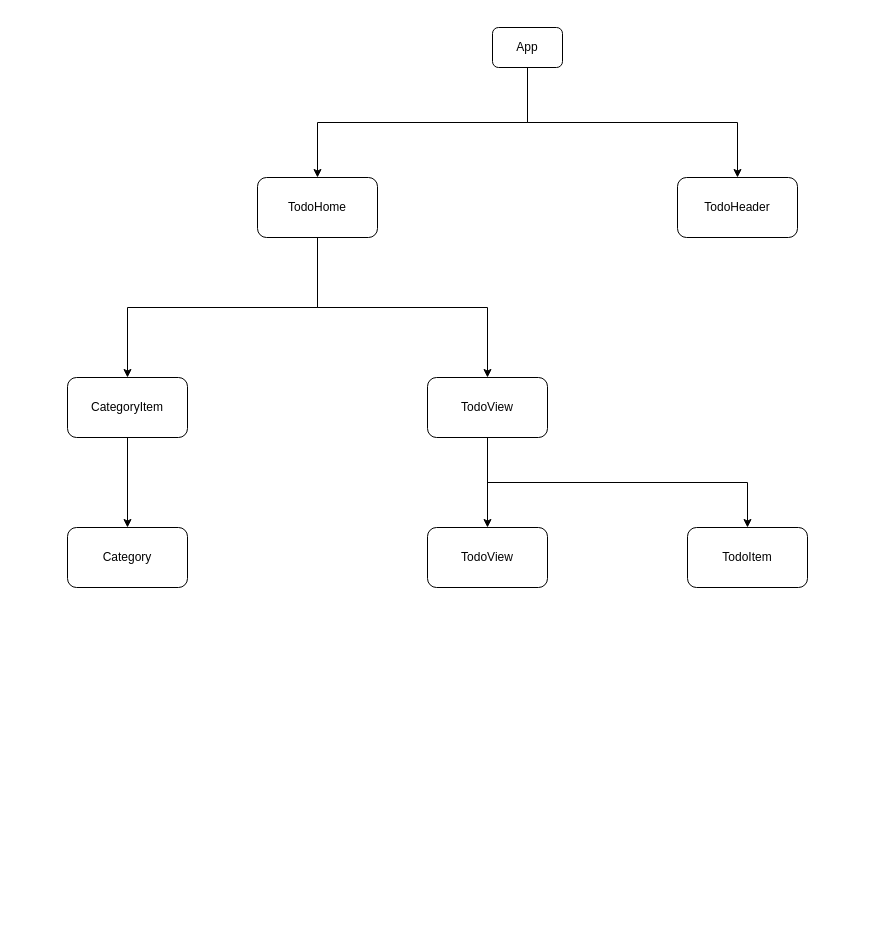
jbkim4040/todoByVue keeps this draw.io diagram as todoByJeongBin.drawio. Above is the earlier version. Source tidied: cells renumbered, new cells numbered last; positions are measured from the earlier drawing's top-left corner, leaving out a move shared by most shapes. Both pictures are drawn from the tidied source at 100%, with x=0, y=0 at pixel (67, 27).
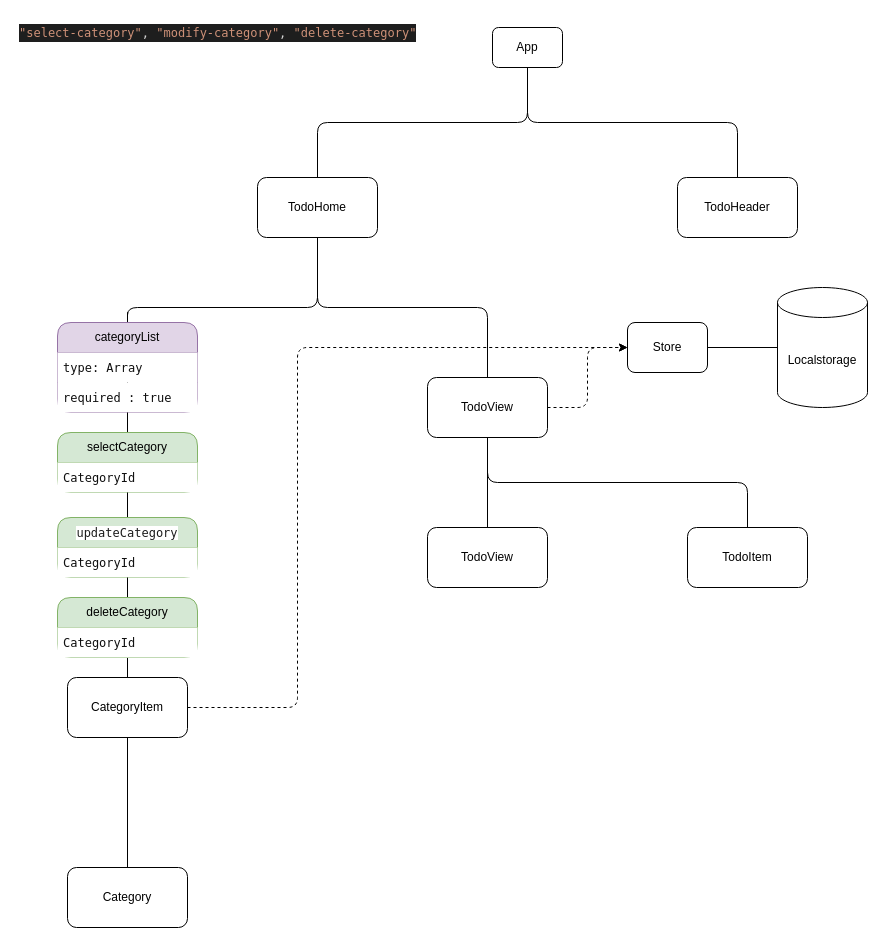
Above is the later version.

The change refers to these unchanged cells:
```xml
<mxCell id="4" value="App" style="rounded=1;whiteSpace=wrap;html=1;" parent="1" vertex="1">
  <mxGeometry x="425" width="70" height="40" as="geometry" />
</mxCell>
<mxCell id="7" value="TodoHome" style="rounded=1;whiteSpace=wrap;html=1;" parent="1" vertex="1">
  <mxGeometry x="190" y="150" width="120" height="60" as="geometry" />
</mxCell>
<mxCell id="8" value="TodoHeader" style="rounded=1;whiteSpace=wrap;html=1;" parent="1" vertex="1">
  <mxGeometry x="610" y="150" width="120" height="60" as="geometry" />
</mxCell>
<mxCell id="13" value="TodoView" style="rounded=1;whiteSpace=wrap;html=1;" parent="1" vertex="1">
  <mxGeometry x="360" y="350" width="120" height="60" as="geometry" />
</mxCell>
<mxCell id="15" value="TodoView" style="rounded=1;whiteSpace=wrap;html=1;" parent="1" vertex="1">
  <mxGeometry x="360" y="500" width="120" height="60" as="geometry" />
</mxCell>
<mxCell id="16" value="TodoItem" style="rounded=1;whiteSpace=wrap;html=1;" parent="1" vertex="1">
  <mxGeometry x="620" y="500" width="120" height="60" as="geometry" />
</mxCell>
```

Diff of the diagram source:
```diff
@@
-    <mxCell id="2" style="edgeStyle=orthogonalEdgeStyle;rounded=0;jettySize=auto;html=1;exitX=0.5;exitY=1;exitDx=0;exitDy=0;entryX=0.5;entryY=0;entryDx=0;entryDy=0;" parent="1" edge="1" source="4" target="7">
+    <mxCell id="2" style="edgeStyle=orthogonalEdgeStyle;rounded=1;jettySize=auto;html=1;exitX=0.5;exitY=1;exitDx=0;exitDy=0;entryX=0.5;entryY=0;entryDx=0;entryDy=0;curved=0;endArrow=none;endFill=0;" parent="1" edge="1" source="4" target="7">
       <mxGeometry relative="1" as="geometry" />
     </mxCell>
-    <mxCell id="3" style="edgeStyle=orthogonalEdgeStyle;rounded=0;jettySize=auto;html=1;exitX=0.5;exitY=1;exitDx=0;exitDy=0;entryX=0.5;entryY=0;entryDx=0;entryDy=0;" parent="1" edge="1" source="4" target="8">
+    <mxCell id="3" style="edgeStyle=orthogonalEdgeStyle;rounded=1;jettySize=auto;html=1;exitX=0.5;exitY=1;exitDx=0;exitDy=0;entryX=0.5;entryY=0;entryDx=0;entryDy=0;curved=0;endArrow=none;endFill=0;" parent="1" edge="1" source="4" target="8">
       <mxGeometry relative="1" as="geometry" />
     </mxCell>
@@
-    <mxCell id="5" style="edgeStyle=orthogonalEdgeStyle;rounded=0;jettySize=auto;html=1;exitX=0.5;exitY=1;exitDx=0;exitDy=0;entryX=0.5;entryY=0;entryDx=0;entryDy=0;" parent="1" edge="1" source="7" target="10">
+    <mxCell id="5" style="edgeStyle=orthogonalEdgeStyle;rounded=1;jettySize=auto;html=1;exitX=0.5;exitY=1;exitDx=0;exitDy=0;entryX=0.5;entryY=0;entryDx=0;entryDy=0;curved=0;endArrow=none;endFill=0;" parent="1" edge="1" source="34" target="10">
       <mxGeometry relative="1" as="geometry">
         <Array as="points">
-          <mxPoint x="250" y="280" />
           <mxPoint x="60" y="280" />
         </Array>
       </mxGeometry>
     </mxCell>
-    <mxCell id="6" style="edgeStyle=orthogonalEdgeStyle;rounded=0;jettySize=auto;html=1;exitX=0.5;exitY=1;exitDx=0;exitDy=0;entryX=0.5;entryY=0;entryDx=0;entryDy=0;" parent="1" edge="1" source="7" target="13">
+    <mxCell id="6" style="edgeStyle=orthogonalEdgeStyle;rounded=1;jettySize=auto;html=1;exitX=0.5;exitY=1;exitDx=0;exitDy=0;entryX=0.5;entryY=0;entryDx=0;entryDy=0;curved=0;endArrow=none;endFill=0;" parent="1" edge="1" source="7" target="13">
       <mxGeometry relative="1" as="geometry" />
     </mxCell>
@@
-    <mxCell id="9" style="edgeStyle=orthogonalEdgeStyle;rounded=0;jettySize=auto;html=1;exitX=0.5;exitY=1;exitDx=0;exitDy=0;entryX=0.5;entryY=0;entryDx=0;entryDy=0;" parent="1" edge="1" source="10" target="14">
+    <mxCell id="9" style="edgeStyle=orthogonalEdgeStyle;rounded=1;jettySize=auto;html=1;exitX=0.5;exitY=1;exitDx=0;exitDy=0;entryX=0.5;entryY=0;entryDx=0;entryDy=0;curved=0;endArrow=none;endFill=0;" parent="1" edge="1" source="10" target="14">
       <mxGeometry relative="1" as="geometry" />
     </mxCell>
+    <mxCell id="17" style="edgeStyle=orthogonalEdgeStyle;rounded=1;jettySize=auto;html=1;exitX=1;exitY=0.5;exitDx=0;exitDy=0;entryX=0;entryY=0.5;entryDx=0;entryDy=0;dashed=1;curved=0;" parent="1" edge="1" source="10" target="19">
+      <mxGeometry relative="1" as="geometry">
+        <Array as="points">
+          <mxPoint x="230" y="680" />
+          <mxPoint x="230" y="320" />
+        </Array>
+      </mxGeometry>
+    </mxCell>
     <mxCell id="10" value="CategoryItem" style="rounded=1;whiteSpace=wrap;html=1;" parent="1" vertex="1">
-      <mxGeometry y="350" width="120" height="60" as="geometry" />
+      <mxGeometry y="650" width="120" height="60" as="geometry" />
     </mxCell>
-    <mxCell id="11" style="edgeStyle=orthogonalEdgeStyle;rounded=0;jettySize=auto;html=1;exitX=0.5;exitY=1;exitDx=0;exitDy=0;" parent="1" edge="1" source="13" target="15">
+    <mxCell id="11" style="edgeStyle=orthogonalEdgeStyle;rounded=1;jettySize=auto;html=1;exitX=0.5;exitY=1;exitDx=0;exitDy=0;curved=0;endArrow=none;endFill=0;" parent="1" edge="1" source="13" target="15">
       <mxGeometry relative="1" as="geometry" />
     </mxCell>
-    <mxCell id="12" style="edgeStyle=orthogonalEdgeStyle;rounded=0;jettySize=auto;html=1;exitX=0.5;exitY=1;exitDx=0;exitDy=0;entryX=0.5;entryY=0;entryDx=0;entryDy=0;" parent="1" edge="1" source="13" target="16">
+    <mxCell id="12" style="edgeStyle=orthogonalEdgeStyle;rounded=1;jettySize=auto;html=1;exitX=0.5;exitY=1;exitDx=0;exitDy=0;entryX=0.5;entryY=0;entryDx=0;entryDy=0;curved=0;endArrow=none;endFill=0;" parent="1" edge="1" source="13" target="16">
       <mxGeometry relative="1" as="geometry" />
     </mxCell>
+    <mxCell id="18" style="edgeStyle=orthogonalEdgeStyle;rounded=1;jettySize=auto;html=1;exitX=1;exitY=0.5;exitDx=0;exitDy=0;entryX=0;entryY=0.5;entryDx=0;entryDy=0;dashed=1;curved=0;" parent="1" edge="1" source="13" target="19">
+      <mxGeometry relative="1" as="geometry" />
+    </mxCell>
@@
     <mxCell id="14" value="Category" style="rounded=1;whiteSpace=wrap;html=1;" parent="1" vertex="1">
-      <mxGeometry y="500" width="120" height="60" as="geometry" />
+      <mxGeometry y="840" width="120" height="60" as="geometry" />
     </mxCell>
@@
+    <mxCell id="19" value="Store" style="rounded=1;whiteSpace=wrap;html=1;" parent="1" vertex="1">
+      <mxGeometry x="560" y="295" width="80" height="50" as="geometry" />
+    </mxCell>
+    <mxCell id="20" value="Localstorage" style="shape=cylinder3;whiteSpace=wrap;html=1;boundedLbl=1;backgroundOutline=1;size=15;" parent="1" vertex="1">
+      <mxGeometry x="710" y="260" width="90" height="120" as="geometry" />
+    </mxCell>
+    <mxCell id="21" style="edgeStyle=orthogonalEdgeStyle;rounded=0;jettySize=auto;html=1;entryX=0;entryY=0.5;entryDx=0;entryDy=0;entryPerimeter=0;endArrow=none;endFill=0;" parent="1" edge="1" source="19" target="20">
+      <mxGeometry relative="1" as="geometry" />
+    </mxCell>
+    <mxCell id="22" value="&lt;div style=&quot;color: rgb(212, 212, 212); background-color: rgb(30, 30, 30); font-family: Menlo, Monaco, &amp;quot;Courier New&amp;quot;, monospace; font-weight: normal; font-size: 12px; line-height: 18px;&quot;&gt;&lt;div&gt;&lt;span style=&quot;color: #ce9178;&quot;&gt;&quot;select-category&quot;&lt;/span&gt;&lt;span style=&quot;color: #d4d4d4;&quot;&gt;, &lt;/span&gt;&lt;span style=&quot;color: #ce9178;&quot;&gt;&quot;modify-category&quot;&lt;/span&gt;&lt;span style=&quot;color: #d4d4d4;&quot;&gt;, &lt;/span&gt;&lt;span style=&quot;color: #ce9178;&quot;&gt;&quot;delete-category&quot;&lt;/span&gt;&lt;/div&gt;&lt;/div&gt;" style="text;whiteSpace=wrap;html=1;" parent="1" vertex="1">
+      <mxGeometry x="-50" y="-10" width="430" height="40" as="geometry" />
+    </mxCell>
+    <mxCell id="23" style="edgeStyle=orthogonalEdgeStyle;rounded=1;jettySize=auto;html=1;exitX=0.5;exitY=1;exitDx=0;exitDy=0;entryX=0.5;entryY=0;entryDx=0;entryDy=0;curved=0;endArrow=none;endFill=0;" parent="1" edge="1" source="7" target="24">
+      <mxGeometry relative="1" as="geometry">
+        <Array as="points">
+          <mxPoint x="250" y="280" />
+        </Array>
+      </mxGeometry>
+    </mxCell>
+    <mxCell id="24" value="categoryList" style="swimlane;fontStyle=0;horizontal=1;startSize=30;whiteSpace=wrap;html=1;rounded=1;fillColor=#e1d5e7;strokeColor=#9673a6;" parent="1" vertex="1">
+      <mxGeometry x="-10" y="295" width="140" height="90" as="geometry" />
+    </mxCell>
+    <mxCell id="25" value="&lt;div style=&quot;font-family: Menlo, Monaco, &amp;quot;Courier New&amp;quot;, monospace; line-height: 18px;&quot;&gt;&lt;font color=&quot;#0f0f0f&quot;&gt;type: Array&lt;/font&gt;&lt;/div&gt;" style="text;align=left;verticalAlign=middle;spacingLeft=4;spacingRight=4;overflow=hidden;whiteSpace=wrap;html=1;fillColor=default;" parent="24" vertex="1">
+      <mxGeometry y="30" width="140" height="30" as="geometry" />
+    </mxCell>
+    <mxCell id="26" value="&lt;div style=&quot;font-family: Menlo, Monaco, &amp;quot;Courier New&amp;quot;, monospace; line-height: 18px;&quot;&gt;&lt;font color=&quot;#0f0f0f&quot;&gt;required : true&lt;/font&gt;&lt;/div&gt;" style="text;align=left;verticalAlign=middle;spacingLeft=4;spacingRight=4;overflow=hidden;whiteSpace=wrap;html=1;fillColor=default;" parent="24" vertex="1">
+      <mxGeometry y="60" width="140" height="30" as="geometry" />
+    </mxCell>
+    <mxCell id="27" style="edgeStyle=orthogonalEdgeStyle;rounded=1;jettySize=auto;html=1;exitX=0.5;exitY=1;exitDx=0;exitDy=0;entryX=0.5;entryY=0;entryDx=0;entryDy=0;curved=0;endArrow=none;endFill=0;" parent="1" edge="1" source="24" target="28">
+      <mxGeometry relative="1" as="geometry" />
+    </mxCell>
+    <mxCell id="28" value="selectCategory" style="swimlane;fontStyle=0;horizontal=1;startSize=30;whiteSpace=wrap;html=1;rounded=1;fillColor=#d5e8d4;strokeColor=#82b366;" parent="1" vertex="1">
+      <mxGeometry x="-10" y="405" width="140" height="60" as="geometry" />
+    </mxCell>
+    <mxCell id="29" value="&lt;div style=&quot;font-family: Menlo, Monaco, &amp;quot;Courier New&amp;quot;, monospace; line-height: 18px;&quot;&gt;&lt;font style=&quot;&quot; color=&quot;#0f0f0f&quot;&gt;CategoryId&lt;/font&gt;&lt;/div&gt;" style="text;align=left;verticalAlign=middle;spacingLeft=4;spacingRight=4;overflow=hidden;whiteSpace=wrap;html=1;fillColor=default;" parent="28" vertex="1">
+      <mxGeometry y="30" width="140" height="30" as="geometry" />
+    </mxCell>
+    <mxCell id="30" style="edgeStyle=orthogonalEdgeStyle;rounded=1;jettySize=auto;html=1;exitX=0.5;exitY=1;exitDx=0;exitDy=0;entryX=0.5;entryY=0;entryDx=0;entryDy=0;curved=0;endArrow=none;endFill=0;" parent="1" edge="1" source="28" target="31">
+      <mxGeometry relative="1" as="geometry" />
+    </mxCell>
+    <mxCell id="31" value="&lt;div style=&quot;font-family: Menlo, Monaco, &amp;quot;Courier New&amp;quot;, monospace; line-height: 18px;&quot;&gt;&lt;font style=&quot;background-color: rgb(255, 255, 255);&quot; color=&quot;#1c1c1c&quot;&gt;updateCategory&lt;/font&gt;&lt;/div&gt;" style="swimlane;fontStyle=0;horizontal=1;startSize=30;whiteSpace=wrap;html=1;rounded=1;fillColor=#d5e8d4;strokeColor=#82b366;" parent="1" vertex="1">
+      <mxGeometry x="-10" y="490" width="140" height="60" as="geometry" />
+    </mxCell>
+    <mxCell id="32" value="&lt;div style=&quot;font-family: Menlo, Monaco, &amp;quot;Courier New&amp;quot;, monospace; line-height: 18px;&quot;&gt;&lt;font style=&quot;&quot; color=&quot;#0f0f0f&quot;&gt;CategoryId&lt;/font&gt;&lt;/div&gt;" style="text;align=left;verticalAlign=middle;spacingLeft=4;spacingRight=4;overflow=hidden;whiteSpace=wrap;html=1;fillColor=default;" parent="31" vertex="1">
+      <mxGeometry y="30" width="140" height="30" as="geometry" />
+    </mxCell>
+    <mxCell id="33" style="edgeStyle=orthogonalEdgeStyle;rounded=1;jettySize=auto;html=1;exitX=0.5;exitY=1;exitDx=0;exitDy=0;entryX=0.5;entryY=0;entryDx=0;entryDy=0;curved=0;endArrow=none;endFill=0;" parent="1" edge="1" source="31" target="34">
+      <mxGeometry relative="1" as="geometry" />
+    </mxCell>
+    <mxCell id="34" value="deleteCategory" style="swimlane;fontStyle=0;horizontal=1;startSize=30;whiteSpace=wrap;html=1;rounded=1;fillColor=#d5e8d4;strokeColor=#82b366;" parent="1" vertex="1">
+      <mxGeometry x="-10" y="570" width="140" height="60" as="geometry" />
+    </mxCell>
+    <mxCell id="35" value="&lt;div style=&quot;font-family: Menlo, Monaco, &amp;quot;Courier New&amp;quot;, monospace; line-height: 18px;&quot;&gt;&lt;font style=&quot;&quot; color=&quot;#0f0f0f&quot;&gt;CategoryId&lt;/font&gt;&lt;/div&gt;" style="text;align=left;verticalAlign=middle;spacingLeft=4;spacingRight=4;overflow=hidden;whiteSpace=wrap;html=1;fillColor=default;" parent="34" vertex="1">
+      <mxGeometry y="30" width="140" height="30" as="geometry" />
+    </mxCell>
```
